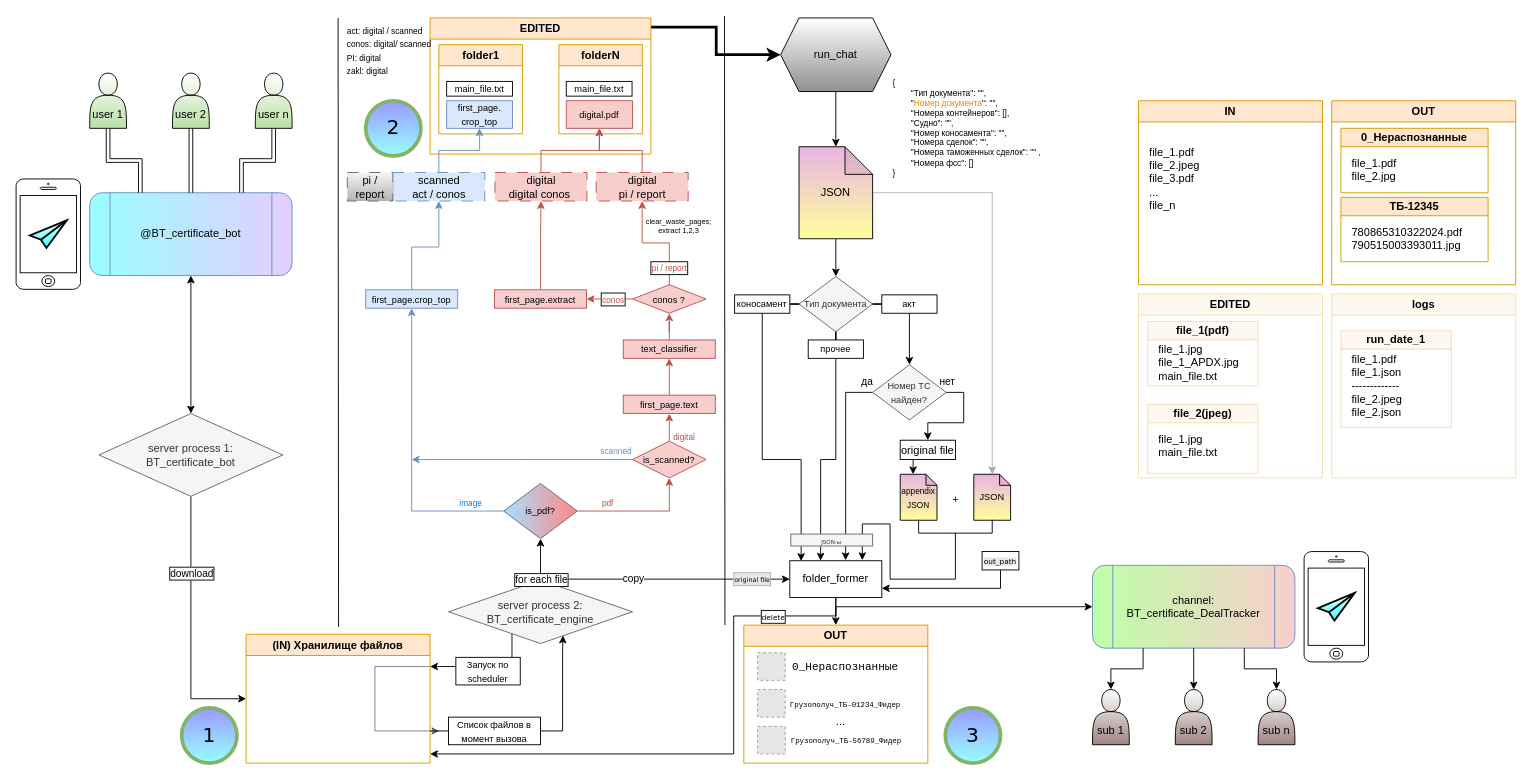
Earlier version of the draw.io diagram SCHEMAS/certificate_bot.drawio (maxfil333/shared). Source tidied: cells renumbered, new cells numbered last; positions are measured from the earlier drawing's top-left corner, leaving out a move shared by most shapes. Both pictures are drawn from the tidied source at 92%, with x=0, y=0 at pixel (16, 16). Pictures stored in the file or linked from it are replaced by grey dashed boxes.
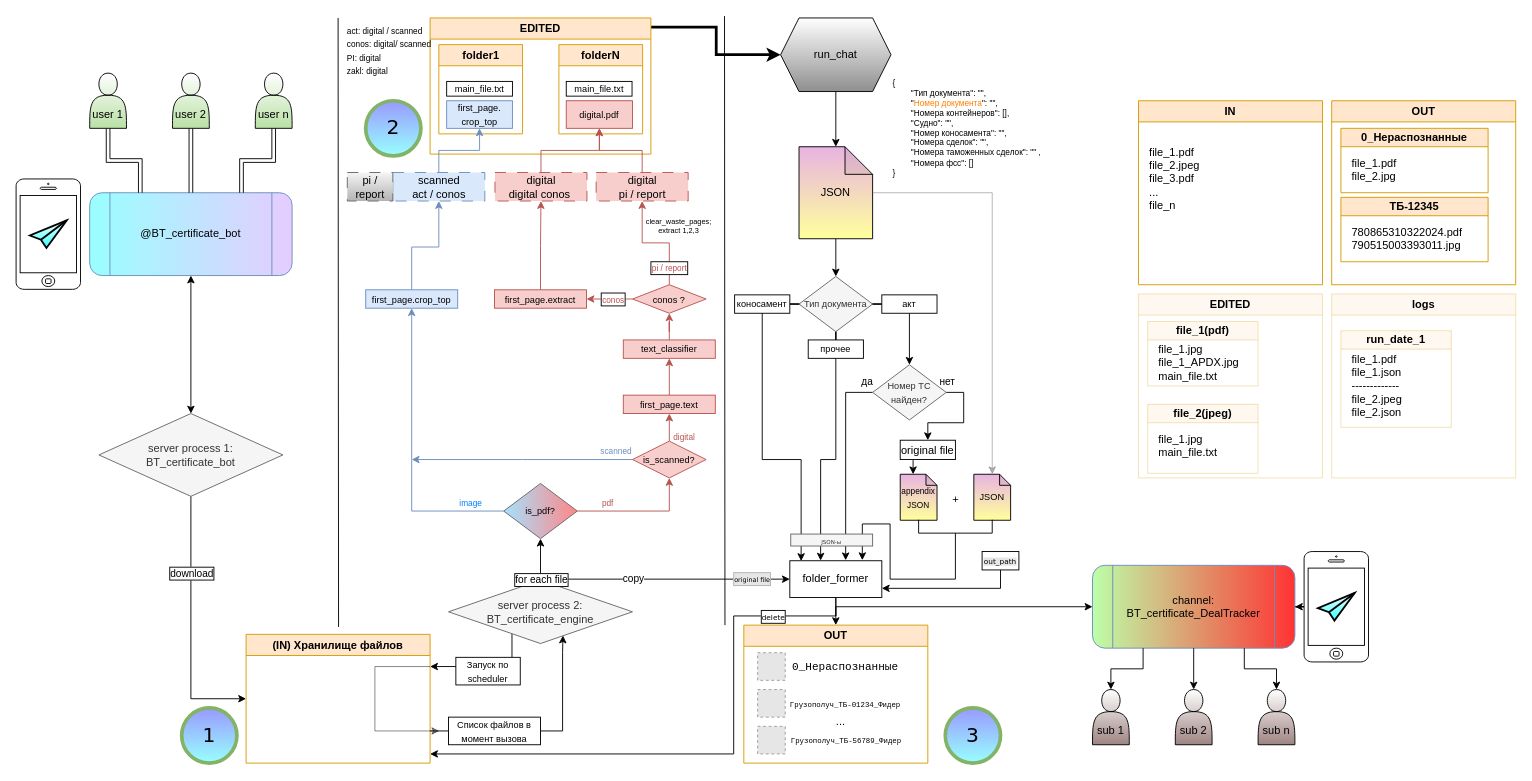
Above is the later version.

The change refers to these unchanged cells:
```xml
<mxCell id="131" style="html=1;verticalLabelPosition=bottom;labelBackgroundColor=#ffffff;verticalAlign=top;shadow=0;dashed=0;strokeWidth=1;shape=mxgraph.ios7.misc.iphone;strokeColor=#000000;" parent="1" vertex="1">
  <mxGeometry x="1400" y="582" width="70" height="120" as="geometry" />
</mxCell>
```

What changed in the source:
```diff
@@
+    <mxCell id="141" style="edgeStyle=orthogonalEdgeStyle;rounded=0;jettySize=auto;html=1;" parent="1" edge="1" source="131" target="132">
+      <mxGeometry relative="1" as="geometry" />
+    </mxCell>
@@
-    <mxCell id="132" value="&lt;div&gt;&lt;span style=&quot;background-color: initial;&quot;&gt;channel:&lt;/span&gt;&lt;/div&gt;&lt;div&gt;&lt;span style=&quot;background-color: initial;&quot;&gt;BT_certificate_DealTracker&lt;/span&gt;&lt;br&gt;&lt;/div&gt;" style="shape=process;whiteSpace=wrap;html=1;backgroundOutline=1;fillColor=#F8CECC;strokeColor=#6c8ebf;gradientColor=#BDFFA8;gradientDirection=west;rounded=1;" parent="1" vertex="1">
+    <mxCell id="132" value="&lt;div&gt;&lt;span style=&quot;background-color: initial;&quot;&gt;channel:&lt;/span&gt;&lt;/div&gt;&lt;div&gt;&lt;span style=&quot;background-color: initial;&quot;&gt;BT_certificate_DealTracker&lt;/span&gt;&lt;br&gt;&lt;/div&gt;" style="shape=process;whiteSpace=wrap;html=1;backgroundOutline=1;fillColor=#FF3333;strokeColor=#6c8ebf;gradientColor=#BDFFA8;gradientDirection=west;rounded=1;" parent="1" vertex="1">
       <mxGeometry x="1170" y="597" width="220" height="90" as="geometry" />
     </mxCell>
```
